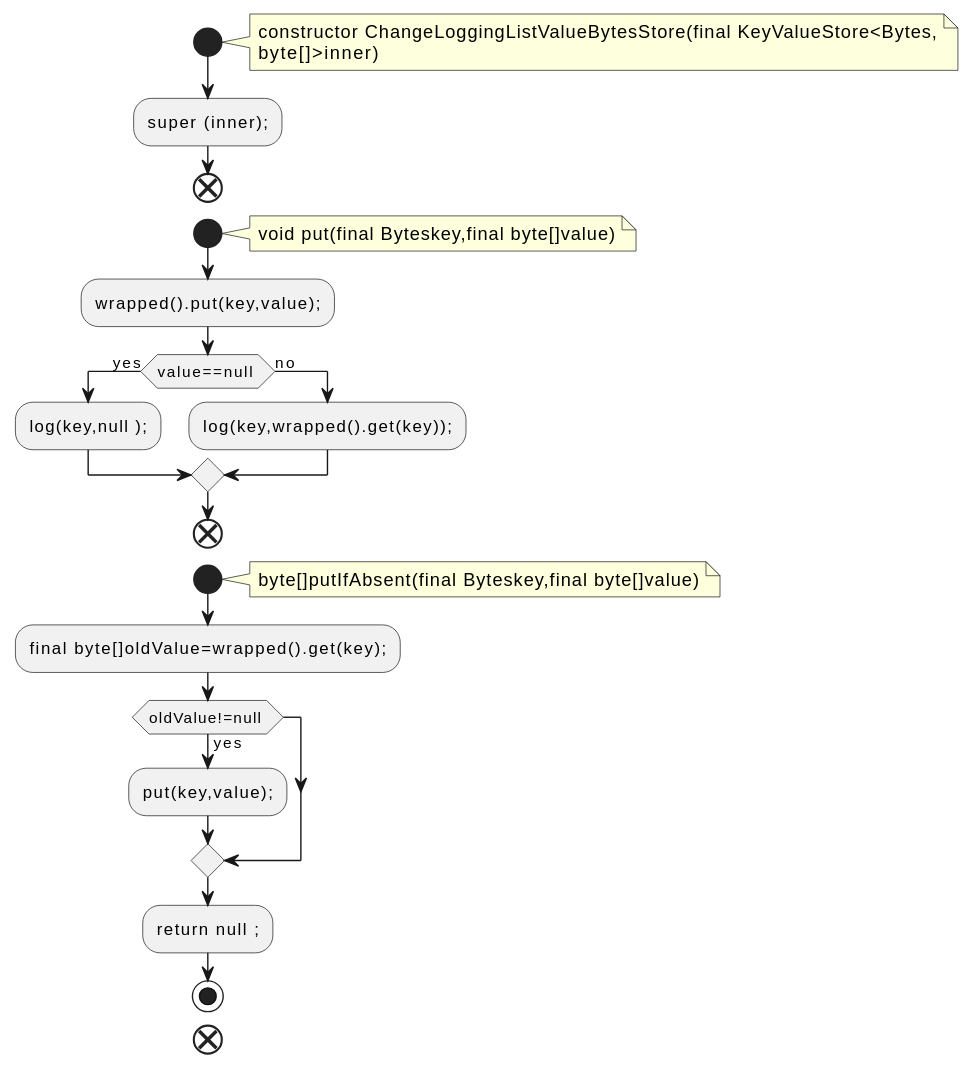
This is docs/qc/streams/src/main/java/org/apache/kafka/streams/state/internals/ChangeLoggingListValueBytesStore.java.fct.svg from qualitesys/kafka, a PlantUML export, as it was before one commit.
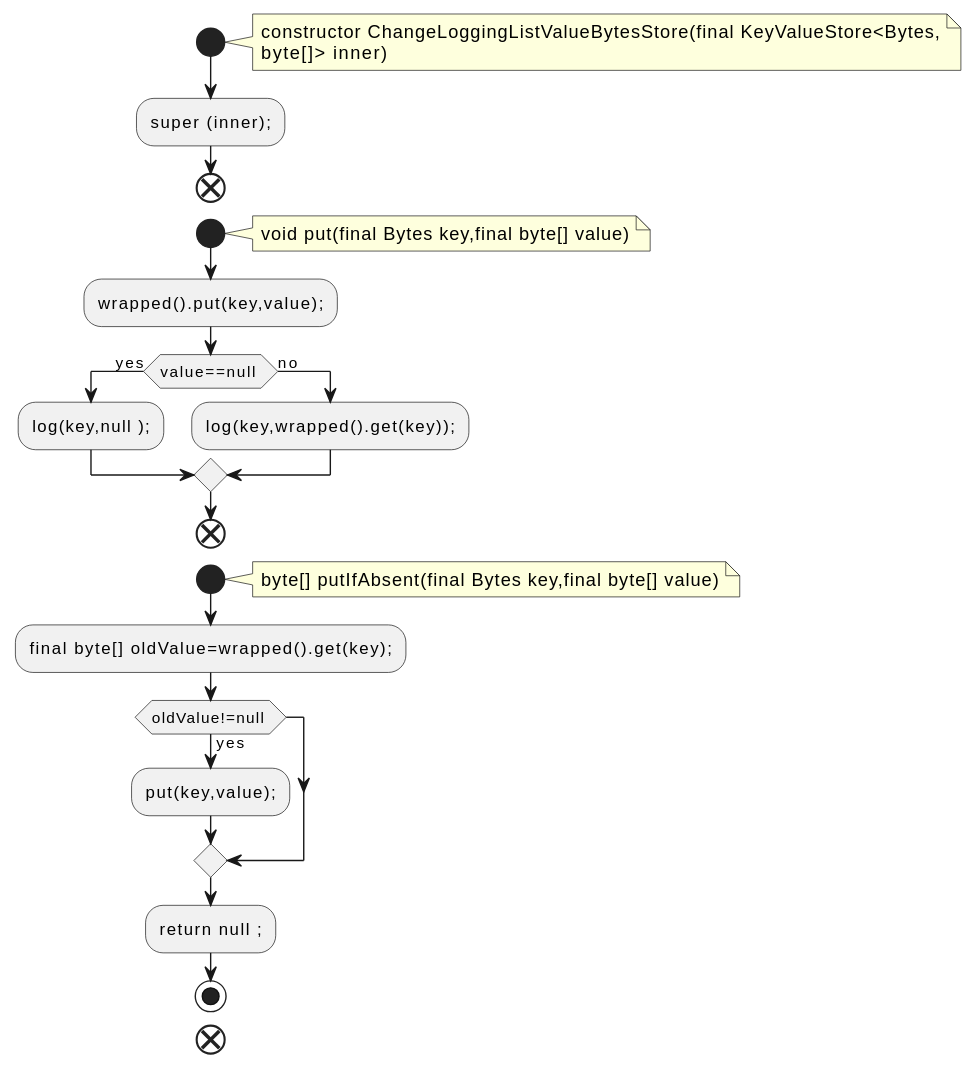
Later version of the same file.

Change to the diagram source:
```diff
@@ -3,13 +3,13 @@
 start
 note right
 constructor ChangeLoggingListValueBytesStore(final KeyValueStore<Bytes,
-byte[]>inner)
+byte[]> inner)
 end note
 :super (inner);;
 end
 start
 note right
-void put(final Byteskey,final byte[]value)
+void put(final Bytes key,final byte[] value)
 end note
 :wrapped().put(key,value);;
 if (value==null ) then (yes)
@@ -20,9 +20,9 @@
 end
 start
 note right
-byte[]putIfAbsent(final Byteskey,final byte[]value)
+byte[] putIfAbsent(final Bytes key,final byte[] value)
 end note
-:final byte[]oldValue=wrapped().get(key);;
+:final byte[] oldValue=wrapped().get(key);;
 if (oldValue!=null ) then (yes)
 :put(key,value);;
 endif
```
